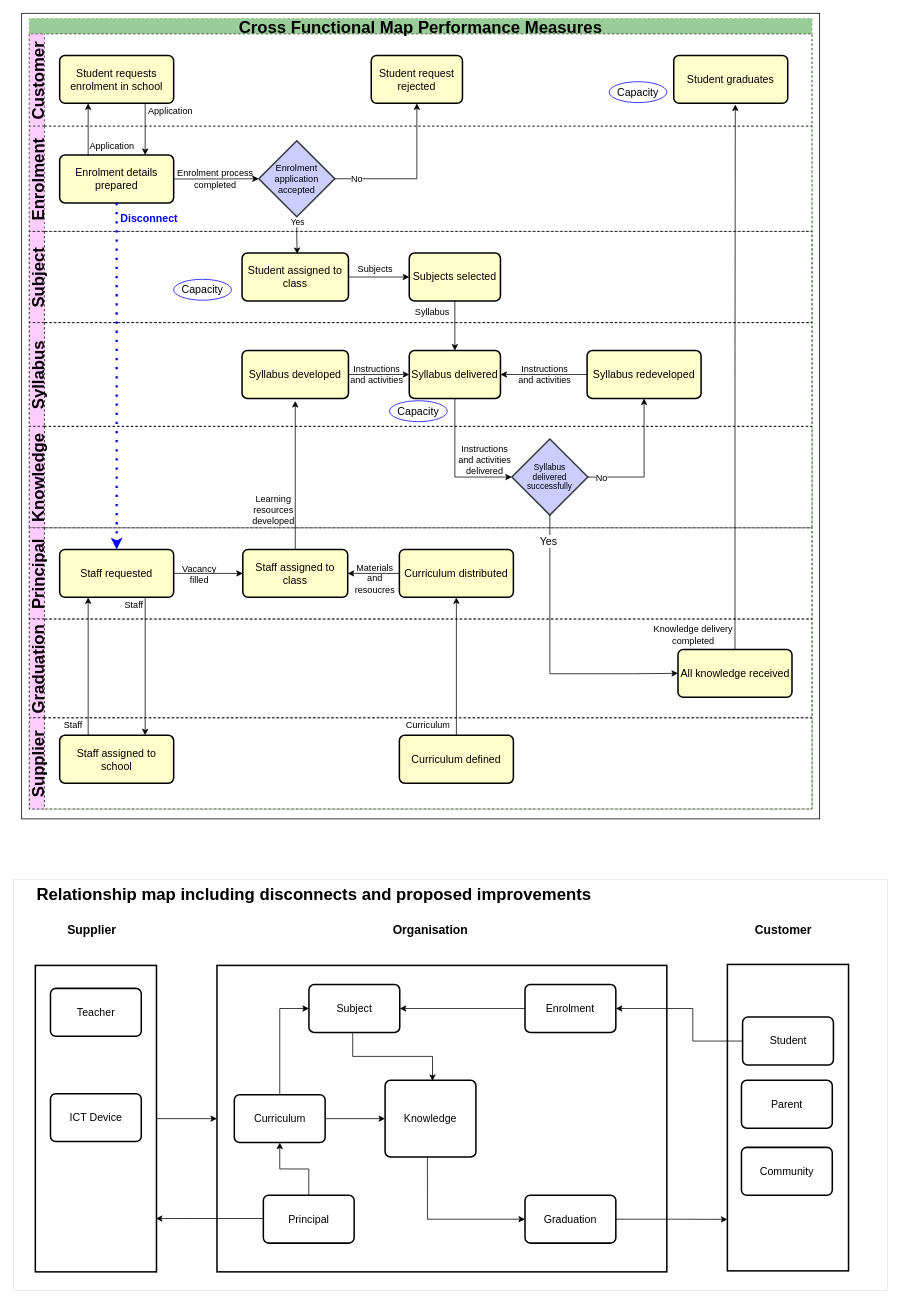
This is page "Cross_Functional_Map_Performance_Measures" (4 of 6) of All_Maps_A1.drawio from SRMITGit/diagrams, a draw.io file, before an edit. Source tidied: cells renumbered, new cells numbered last; positions are measured from the earlier drawing's top-left corner, leaving out a move shared by most shapes. Both pictures are drawn from the tidied source at 76%, with x=0, y=0 at pixel (13, 13).
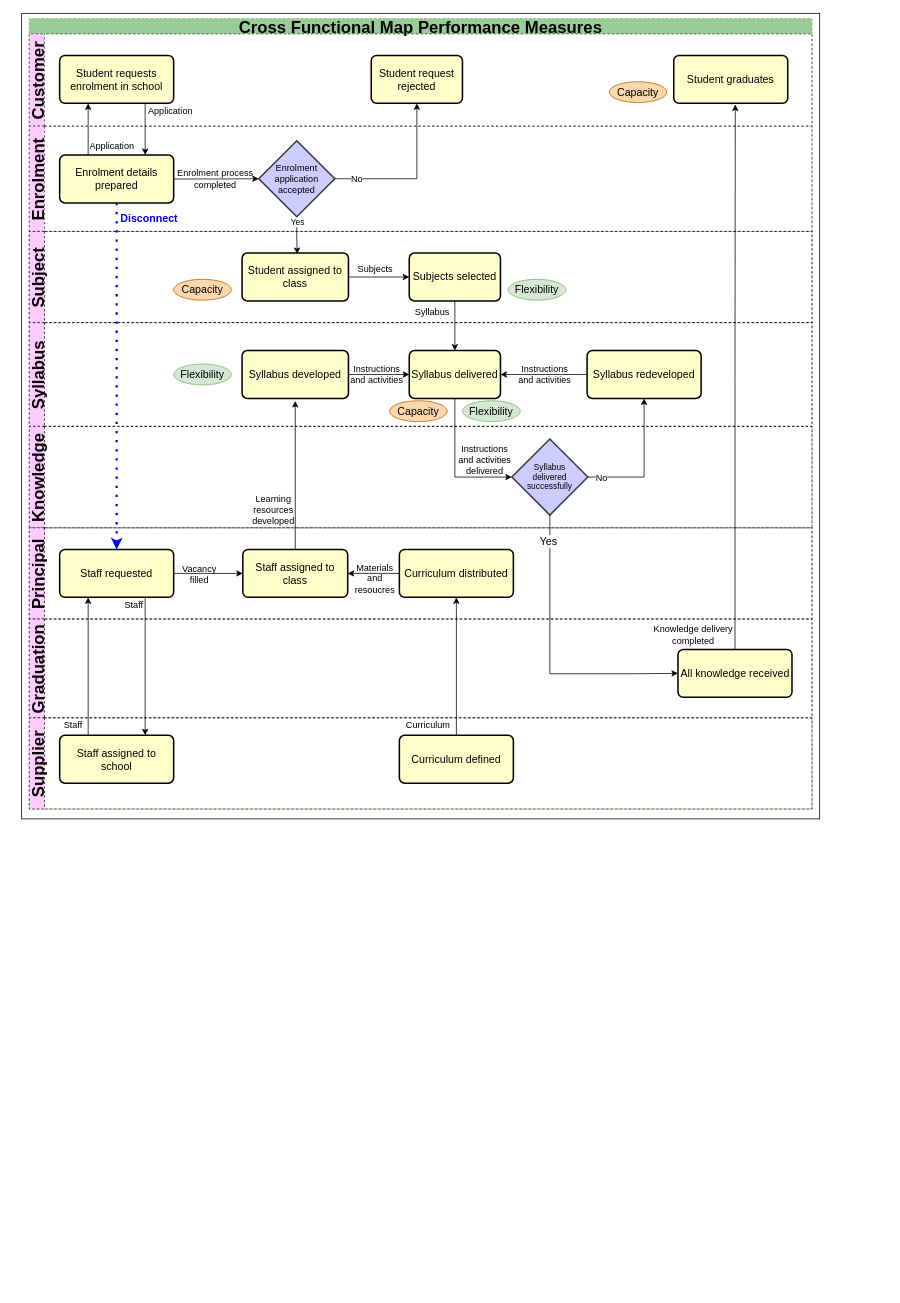
The same page after the edit.

The change refers to these unchanged cells:
```xml
<mxCell id="52" value="Syllabus" style="swimlane;startSize=20;horizontal=0;dashed=1;fontFamily=Helvetica;fontSize=22;strokeColor=#000000;strokeWidth=1;fillColor=#FFCCFF;" parent="32" vertex="1">
  <mxGeometry y="400" width="1030" height="136.5" as="geometry" />
</mxCell>
```

Change to the diagram source:
```diff
@@
-    <mxCell id="2" style="rounded=0;whiteSpace=wrap;html=1;fontFamily=Helvetica;fontSize=22;strokeWidth=0;" parent="1" vertex="1">
-      <mxGeometry y="1140" width="1150" height="540" as="geometry" />
-    </mxCell>
-    <mxCell id="3" style="rounded=0;whiteSpace=wrap;html=1;glass=0;strokeWidth=2;" parent="1" vertex="1">
-      <mxGeometry x="939.6" y="1251.5" width="159.4" height="403.2" as="geometry" />
-    </mxCell>
-    <mxCell id="4" style="rounded=0;whiteSpace=wrap;html=1;glass=0;strokeWidth=2;" parent="1" vertex="1">
-      <mxGeometry x="29" y="1252.8" width="159.4" height="403.2" as="geometry" />
-    </mxCell>
-    <mxCell id="5" value="&lt;font style=&quot;font-size: 14px&quot;&gt;Teacher&lt;/font&gt;" style="rounded=1;whiteSpace=wrap;html=1;absoluteArcSize=1;arcSize=14;strokeWidth=2;" parent="1" vertex="1">
-      <mxGeometry x="48.9" y="1283" width="119.5" height="63" as="geometry" />
-    </mxCell>
-    <mxCell id="6" value="Supplier" style="text;html=1;strokeColor=none;fillColor=none;align=center;verticalAlign=middle;whiteSpace=wrap;rounded=0;fontStyle=1;fontSize=16;" parent="1" vertex="1">
-      <mxGeometry x="57.5" y="1186" width="91.1" height="39.1" as="geometry" />
-    </mxCell>
-    <mxCell id="7" value="&lt;font style=&quot;font-size: 14px&quot;&gt;ICT Device&lt;/font&gt;" style="rounded=1;whiteSpace=wrap;html=1;absoluteArcSize=1;arcSize=14;strokeWidth=2;" parent="1" vertex="1">
-      <mxGeometry x="48.9" y="1421.6" width="119.5" height="63" as="geometry" />
-    </mxCell>
-    <mxCell id="8" style="rounded=0;whiteSpace=wrap;html=1;glass=0;strokeWidth=2;" parent="1" vertex="1">
-      <mxGeometry x="268" y="1252.8" width="591.9" height="403.2" as="geometry" />
-    </mxCell>
-    <mxCell id="9" style="edgeStyle=orthogonalEdgeStyle;rounded=0;jettySize=auto;html=1;entryX=0;entryY=0.5;entryDx=0;entryDy=0;fontSize=14;" parent="1" edge="1" source="4" target="8">
-      <mxGeometry relative="1" as="geometry" />
-    </mxCell>
-    <mxCell id="10" value="&lt;font style=&quot;font-size: 14px&quot;&gt;Subject&lt;/font&gt;" style="rounded=1;whiteSpace=wrap;html=1;absoluteArcSize=1;arcSize=14;strokeWidth=2;" parent="1" vertex="1">
-      <mxGeometry x="389" y="1278" width="119.5" height="63" as="geometry" />
-    </mxCell>
-    <mxCell id="11" value="Organisation" style="text;html=1;strokeColor=none;fillColor=none;align=center;verticalAlign=middle;whiteSpace=wrap;rounded=0;fontStyle=1;fontSize=16;" parent="1" vertex="1">
-      <mxGeometry x="473.8" y="1186" width="150.3" height="39.1" as="geometry" />
-    </mxCell>
-    <mxCell id="12" style="edgeStyle=orthogonalEdgeStyle;rounded=0;jettySize=auto;html=1;entryX=1;entryY=0.5;entryDx=0;entryDy=0;fontSize=14;" parent="1" edge="1" source="13" target="10">
-      <mxGeometry relative="1" as="geometry" />
-    </mxCell>
-    <mxCell id="13" value="&lt;font style=&quot;font-size: 14px&quot;&gt;Enrolment&lt;/font&gt;" style="rounded=1;whiteSpace=wrap;html=1;absoluteArcSize=1;arcSize=14;strokeWidth=2;" parent="1" vertex="1">
-      <mxGeometry x="673.3" y="1278" width="119.5" height="63" as="geometry" />
-    </mxCell>
-    <mxCell id="14" style="edgeStyle=orthogonalEdgeStyle;rounded=0;jettySize=auto;html=1;entryX=0;entryY=0.832;entryDx=0;entryDy=0;entryPerimeter=0;fontSize=14;" parent="1" edge="1" source="15" target="3">
-      <mxGeometry relative="1" as="geometry" />
-    </mxCell>
-    <mxCell id="15" value="&lt;font style=&quot;font-size: 14px&quot;&gt;Graduation&lt;/font&gt;" style="rounded=1;whiteSpace=wrap;html=1;absoluteArcSize=1;arcSize=14;strokeWidth=2;" parent="1" vertex="1">
-      <mxGeometry x="673.3" y="1555.2" width="119.5" height="63" as="geometry" />
-    </mxCell>
-    <mxCell id="16" style="edgeStyle=orthogonalEdgeStyle;rounded=0;jettySize=auto;html=1;entryX=0;entryY=0.5;entryDx=0;entryDy=0;fontSize=14;exitX=0.466;exitY=1.003;exitDx=0;exitDy=0;exitPerimeter=0;" parent="1" edge="1" source="17" target="15">
-      <mxGeometry relative="1" as="geometry" />
-    </mxCell>
-    <mxCell id="17" value="&lt;font style=&quot;font-size: 14px&quot;&gt;Knowledge&lt;/font&gt;" style="rounded=1;whiteSpace=wrap;html=1;absoluteArcSize=1;arcSize=14;strokeWidth=2;" parent="1" vertex="1">
-      <mxGeometry x="489.2" y="1404" width="119.5" height="100.8" as="geometry" />
-    </mxCell>
-    <mxCell id="18" style="edgeStyle=orthogonalEdgeStyle;rounded=0;jettySize=auto;html=1;fontSize=14;exitX=0.482;exitY=1.017;exitDx=0;exitDy=0;exitPerimeter=0;entryX=0.522;entryY=0.008;entryDx=0;entryDy=0;entryPerimeter=0;" parent="1" edge="1" source="10" target="17">
-      <mxGeometry relative="1" as="geometry" />
-    </mxCell>
-    <mxCell id="19" style="edgeStyle=orthogonalEdgeStyle;rounded=0;jettySize=auto;html=1;entryX=1;entryY=0.5;entryDx=0;entryDy=0;fontSize=14;" parent="1" edge="1" source="20" target="13">
-      <mxGeometry relative="1" as="geometry">
-        <Array as="points">
-          <mxPoint x="894.1" y="1352.3" />
-          <mxPoint x="894.1" y="1309.5" />
-        </Array>
-      </mxGeometry>
-    </mxCell>
-    <mxCell id="20" value="&lt;font style=&quot;font-size: 14px&quot;&gt;Student&lt;/font&gt;" style="rounded=1;whiteSpace=wrap;html=1;absoluteArcSize=1;arcSize=14;strokeWidth=2;" parent="1" vertex="1">
-      <mxGeometry x="959.6" y="1320.8" width="119.5" height="63" as="geometry" />
-    </mxCell>
-    <mxCell id="21" value="Customer" style="text;html=1;strokeColor=none;fillColor=none;align=center;verticalAlign=middle;whiteSpace=wrap;rounded=0;fontStyle=1;fontSize=16;" parent="1" vertex="1">
-      <mxGeometry x="968.1" y="1186" width="91.1" height="39.1" as="geometry" />
-    </mxCell>
-    <mxCell id="22" style="edgeStyle=orthogonalEdgeStyle;rounded=0;jettySize=auto;html=1;fontSize=14;" parent="1" edge="1" source="24" target="17">
-      <mxGeometry relative="1" as="geometry" />
-    </mxCell>
-    <mxCell id="23" style="edgeStyle=orthogonalEdgeStyle;rounded=0;jettySize=auto;html=1;entryX=0;entryY=0.5;entryDx=0;entryDy=0;fontFamily=Helvetica;fontSize=14;" parent="1" edge="1" source="24" target="10">
-      <mxGeometry relative="1" as="geometry" />
-    </mxCell>
-    <mxCell id="24" value="&lt;span style=&quot;background-color: rgb(255 , 255 , 255)&quot;&gt;&lt;font style=&quot;font-size: 14px&quot;&gt;Curriculum&lt;/font&gt;&lt;/span&gt;" style="rounded=1;whiteSpace=wrap;html=1;absoluteArcSize=1;arcSize=14;strokeWidth=2;" parent="1" vertex="1">
-      <mxGeometry x="290.8" y="1422.9" width="119.5" height="63" as="geometry" />
-    </mxCell>
-    <mxCell id="25" style="edgeStyle=orthogonalEdgeStyle;rounded=0;jettySize=auto;html=1;fontSize=14;entryX=0.995;entryY=0.826;entryDx=0;entryDy=0;entryPerimeter=0;" parent="1" edge="1" source="27" target="4">
-      <mxGeometry relative="1" as="geometry">
-        <Array as="points">
-          <mxPoint x="259" y="1587" />
-        </Array>
-      </mxGeometry>
-    </mxCell>
-    <mxCell id="26" style="edgeStyle=orthogonalEdgeStyle;rounded=0;jettySize=auto;html=1;fontFamily=Helvetica;fontSize=14;" parent="1" edge="1" source="27" target="24">
-      <mxGeometry relative="1" as="geometry" />
-    </mxCell>
-    <mxCell id="27" value="&lt;font style=&quot;font-size: 14px&quot;&gt;Principal&lt;/font&gt;" style="rounded=1;whiteSpace=wrap;html=1;absoluteArcSize=1;arcSize=14;strokeWidth=2;" parent="1" vertex="1">
-      <mxGeometry x="329" y="1555.2" width="119.5" height="63" as="geometry" />
-    </mxCell>
-    <mxCell id="28" value="&lt;font style=&quot;font-size: 14px&quot;&gt;Parent&lt;/font&gt;" style="rounded=1;whiteSpace=wrap;html=1;absoluteArcSize=1;arcSize=14;strokeWidth=2;" parent="1" vertex="1">
-      <mxGeometry x="958.1" y="1404" width="119.5" height="63" as="geometry" />
-    </mxCell>
-    <mxCell id="29" value="&lt;font style=&quot;font-size: 14px&quot;&gt;Community&lt;/font&gt;" style="rounded=1;whiteSpace=wrap;html=1;absoluteArcSize=1;arcSize=14;strokeWidth=2;" parent="1" vertex="1">
-      <mxGeometry x="958.1" y="1492.2" width="119.5" height="63" as="geometry" />
-    </mxCell>
-    <mxCell id="30" value="Relationship map including disconnects and proposed improvements" style="text;html=1;strokeColor=none;fillColor=none;align=left;verticalAlign=middle;whiteSpace=wrap;rounded=0;fontFamily=Helvetica;fontSize=22;fontStyle=1;" parent="1" vertex="1">
-      <mxGeometry x="29" y="1140" width="1070" height="40" as="geometry" />
-    </mxCell>
@@
-    <mxCell id="60" value="&lt;span style=&quot;&quot;&gt;Capacity&lt;/span&gt;" style="ellipse;whiteSpace=wrap;html=1;labelBackgroundColor=none;labelBorderColor=none;fontSize=14;fontColor=#000000;strokeColor=#0000FF;fillColor=#FFFFFF;" parent="52" vertex="1">
+    <mxCell id="60" value="&lt;span style=&quot;&quot;&gt;Capacity&lt;/span&gt;" style="ellipse;whiteSpace=wrap;html=1;labelBackgroundColor=none;labelBorderColor=none;fontSize=14;strokeColor=#b46504;fillColor=#fad7ac;" parent="52" vertex="1">
       <mxGeometry x="474" y="102.8" width="76" height="27.5" as="geometry" />
     </mxCell>
+    <mxCell id="101" value="&lt;span&gt;Flexibility&lt;/span&gt;" style="ellipse;whiteSpace=wrap;html=1;labelBackgroundColor=none;labelBorderColor=none;fontSize=14;strokeColor=#82b366;fillColor=#d5e8d4;" parent="52" vertex="1">
+      <mxGeometry x="190" y="54.5" width="76" height="27.5" as="geometry" />
+    </mxCell>
+    <mxCell id="102" value="&lt;span&gt;Flexibility&lt;/span&gt;" style="ellipse;whiteSpace=wrap;html=1;labelBackgroundColor=none;labelBorderColor=none;fontSize=14;strokeColor=#82b366;fillColor=#d5e8d4;" parent="52" vertex="1">
+      <mxGeometry x="570" y="102.8" width="76" height="27.5" as="geometry" />
+    </mxCell>
@@
-    <mxCell id="99" value="&lt;span style=&quot;&quot;&gt;Capacity&lt;/span&gt;" style="ellipse;whiteSpace=wrap;html=1;labelBackgroundColor=none;labelBorderColor=none;fontSize=14;fontColor=#000000;strokeColor=#0000FF;fillColor=#FFFFFF;" parent="1" vertex="1">
+    <mxCell id="99" value="&lt;span style=&quot;&quot;&gt;Capacity&lt;/span&gt;" style="ellipse;whiteSpace=wrap;html=1;labelBackgroundColor=none;labelBorderColor=none;fontSize=14;strokeColor=#b46504;fillColor=#fad7ac;" parent="1" vertex="1">
       <mxGeometry x="211" y="350" width="76" height="27.5" as="geometry" />
     </mxCell>
-    <mxCell id="100" value="&lt;span style=&quot;&quot;&gt;Capacity&lt;/span&gt;" style="ellipse;whiteSpace=wrap;html=1;labelBackgroundColor=none;labelBorderColor=none;fontSize=14;fontColor=#000000;strokeColor=#0000FF;fillColor=#FFFFFF;" parent="1" vertex="1">
+    <mxCell id="100" value="&lt;span style=&quot;&quot;&gt;Capacity&lt;/span&gt;" style="ellipse;whiteSpace=wrap;html=1;labelBackgroundColor=none;labelBorderColor=none;fontSize=14;strokeColor=#b46504;fillColor=#fad7ac;" parent="1" vertex="1">
       <mxGeometry x="784" y="90" width="76" height="27.5" as="geometry" />
     </mxCell>
+    <mxCell id="103" value="&lt;span&gt;Flexibility&lt;/span&gt;" style="ellipse;whiteSpace=wrap;html=1;labelBackgroundColor=none;labelBorderColor=none;fontSize=14;strokeColor=#82b366;fillColor=#d5e8d4;" parent="1" vertex="1">
+      <mxGeometry x="651" y="350" width="76" height="27.5" as="geometry" />
+    </mxCell>
```
